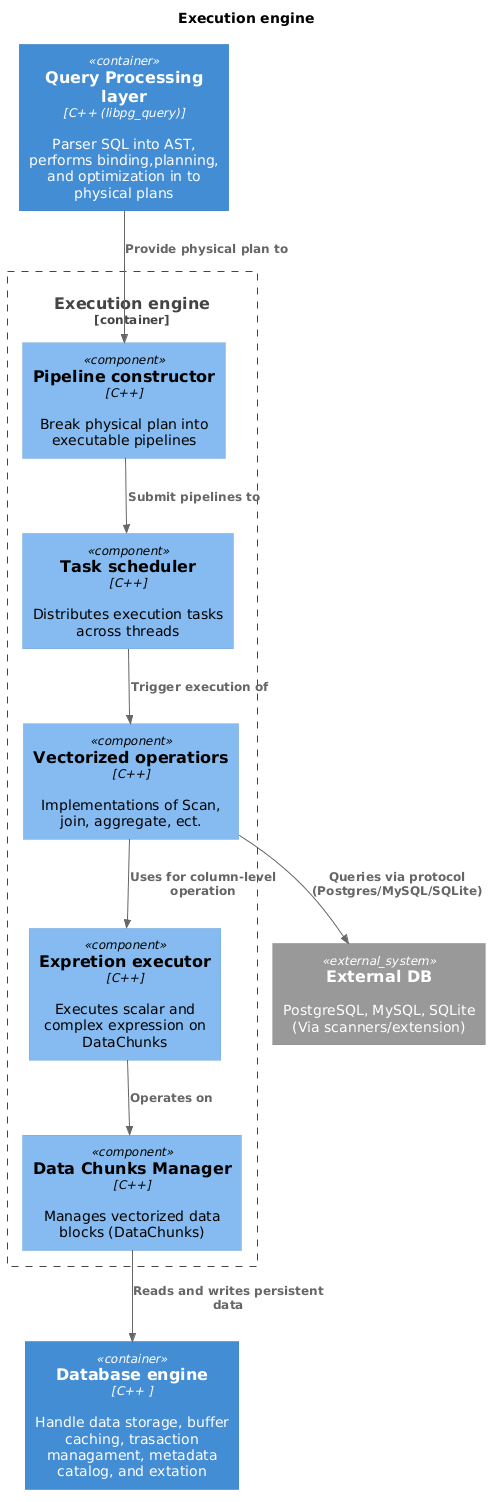
This is reports/img/c4/level3/executionEngine.png from team-14-sda/project, a PlantUML export, as it was before one commit. Its diagram source:
```plantuml
@startuml
!includeurl https://raw.githubusercontent.com/plantuml-stdlib/C4-PlantUML/master/C4_Component.puml

title Execution engine



Container(QPL, "Query Processing layer","C++ (libpg_query)","Parser SQL into AST, performs binding,planning, and optimization in to physical plans")

Container_Boundary(engine, "Execution engine") {

    Component(pipe, "Pipeline constructor", "C++", "Break physical plan into executable pipelines")
    Component(taskScheduler,"Task scheduler","C++","Distributes execution tasks across threads")
    Component(vectorize,"Vectorized operatiors","C++","Implementations of Scan, join, aggregate, ect.")
    Component(expExe,"Expretion executor","C++","Executes scalar and complex expression on DataChunks")
    Component(dataChunks,"Data Chunks Manager","C++","Manages vectorized data blocks (DataChunks)")
}
Container(DBE,"Database engine","C++ ","Handle data storage, buffer caching, trasaction managament, metadata catalog, and extation")


System_Ext(EDB,"External DB","PostgreSQL, MySQL, SQLite (Via scanners/extension)")
Rel(vectorize, EDB, "Queries via protocol (Postgres/MySQL/SQLite)")
Rel(QPL, pipe, "Provide physical plan to")
Rel(pipe, taskScheduler, "Submit pipelines to")
Rel(taskScheduler, vectorize, "Trigger execution of")
Rel(vectorize, expExe, "Uses for column-level operation")
Rel(expExe, dataChunks, "Operates on")
Rel(dataChunks, DBE, "Reads and writes persistent data")
@enduml
```
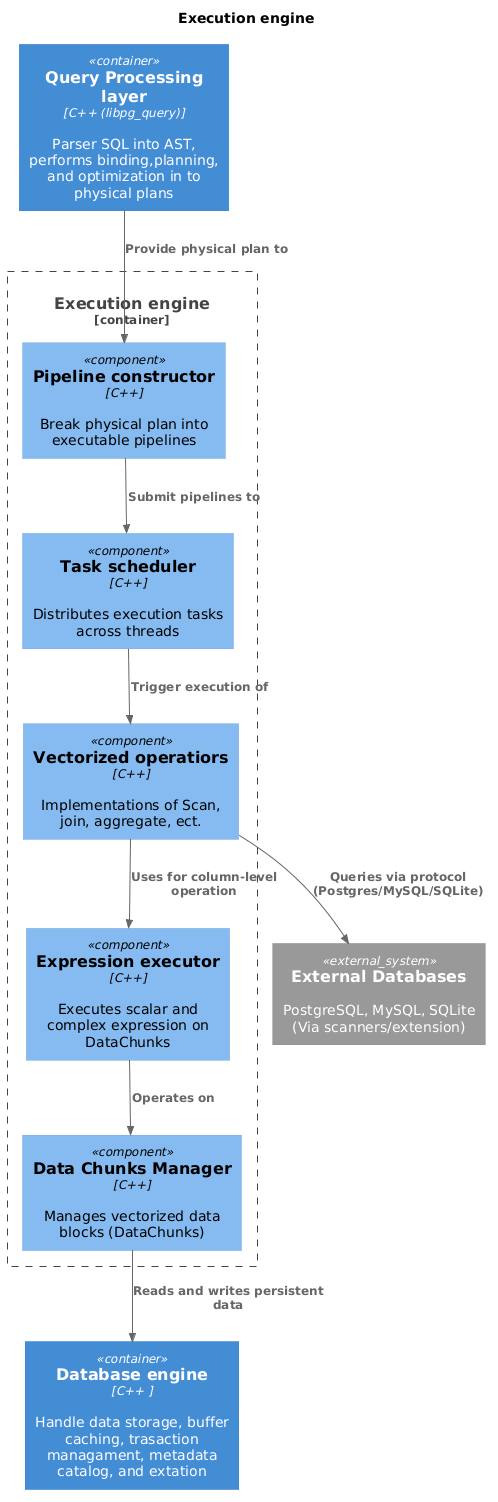
Above is the later version.

Diff of the diagram source:
```diff
@@ -12,13 +12,13 @@
     Component(pipe, "Pipeline constructor", "C++", "Break physical plan into executable pipelines")
     Component(taskScheduler,"Task scheduler","C++","Distributes execution tasks across threads")
     Component(vectorize,"Vectorized operatiors","C++","Implementations of Scan, join, aggregate, ect.")
-    Component(expExe,"Expretion executor","C++","Executes scalar and complex expression on DataChunks")
+    Component(expExe,"Expression executor","C++","Executes scalar and complex expression on DataChunks")
     Component(dataChunks,"Data Chunks Manager","C++","Manages vectorized data blocks (DataChunks)")
 }
 Container(DBE,"Database engine","C++ ","Handle data storage, buffer caching, trasaction managament, metadata catalog, and extation")
 
 
-System_Ext(EDB,"External DB","PostgreSQL, MySQL, SQLite (Via scanners/extension)")
+System_Ext(EDB,"External Databases","PostgreSQL, MySQL, SQLite (Via scanners/extension)")
 Rel(vectorize, EDB, "Queries via protocol (Postgres/MySQL/SQLite)")
 Rel(QPL, pipe, "Provide physical plan to")
 Rel(pipe, taskScheduler, "Submit pipelines to")
```
